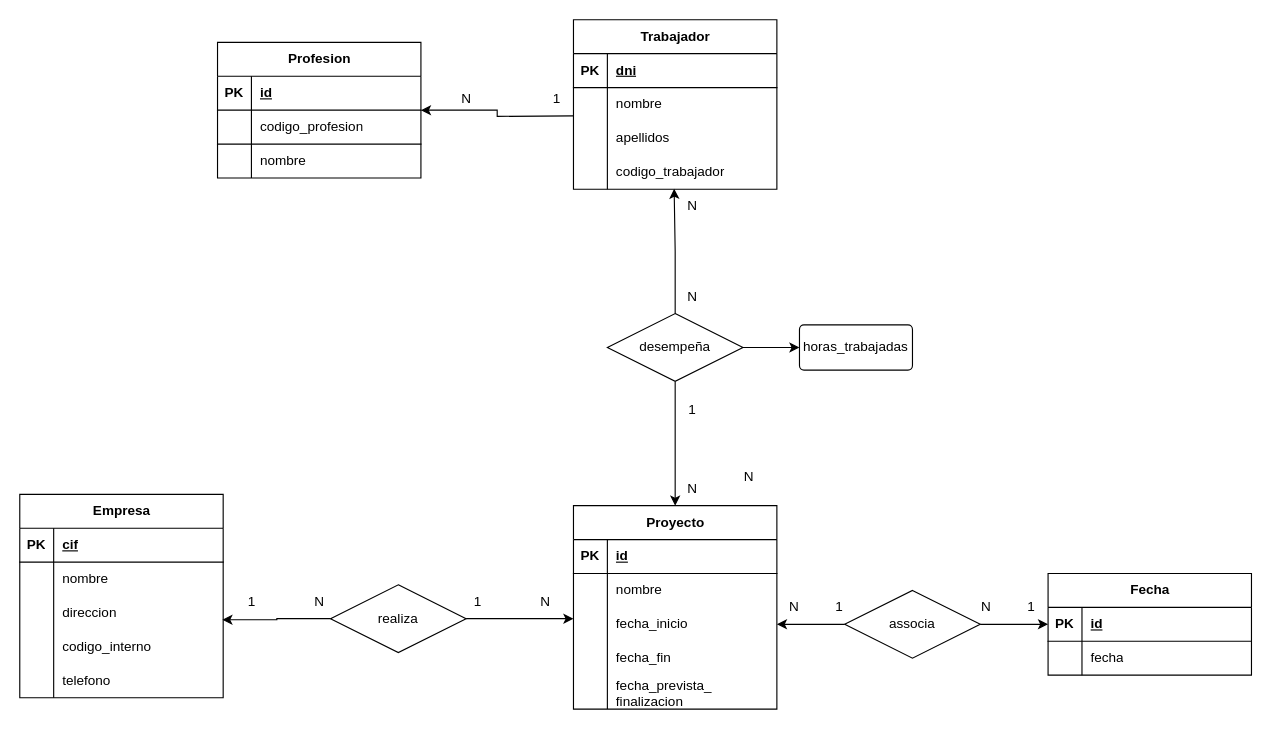
Earlier version of the draw.io diagram ej12.drawio (adriii28/amr-tsys-C3U12-11102023). Source tidied: cells renumbered, new cells numbered last; positions are measured from the earlier drawing's top-left corner, leaving out a move shared by most shapes. Both pictures are drawn from the tidied source at 113%, with x=0, y=0 at pixel (19, 19).
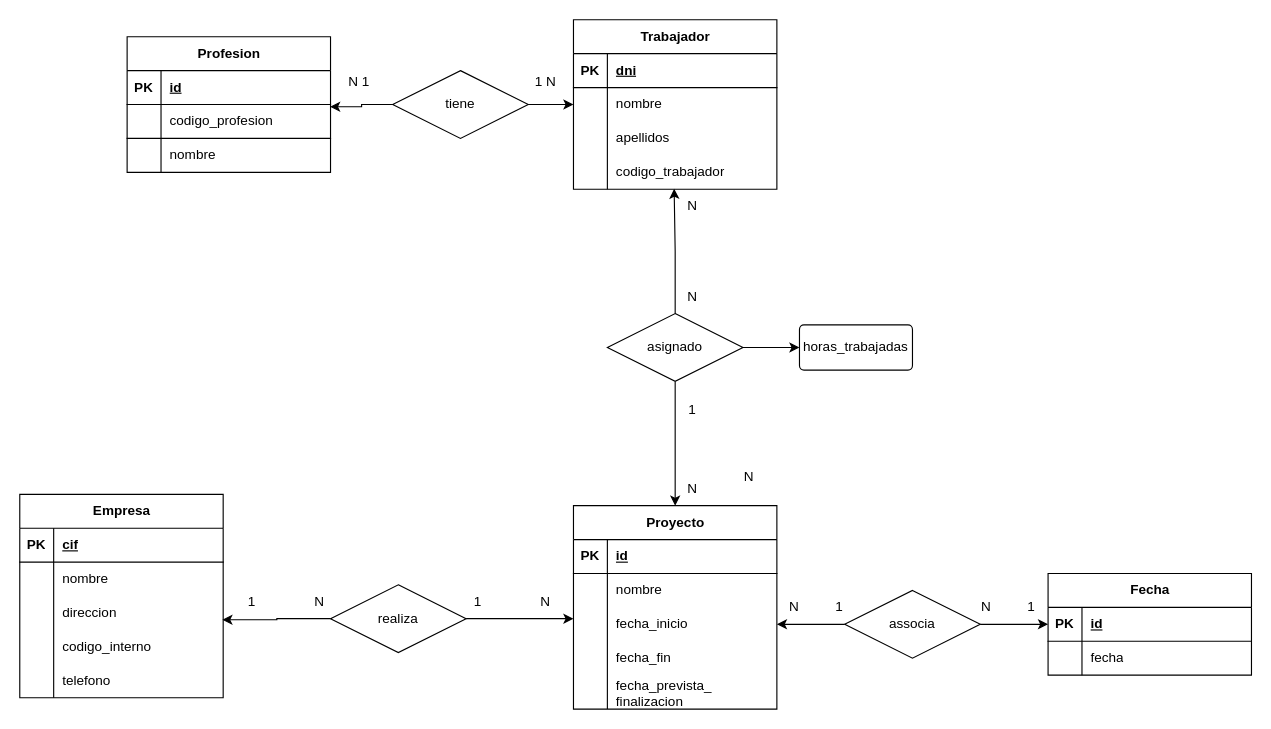
Above is the later version.

Unchanged cells that the change refers to:
```xml
<mxCell id="6" style="shape=tableRow;horizontal=0;startSize=0;swimlaneHead=0;swimlaneBody=0;fillColor=none;points=[[0,0.5],[1,0.5]];portConstraint=eastwest;top=0;left=0;right=0;bottom=0;" parent="2" vertex="1">
  <mxGeometry y="60" width="180" height="30" as="geometry" />
</mxCell>
<mxCell id="95" style="shape=tableRow;horizontal=0;startSize=0;swimlaneHead=0;swimlaneBody=0;fillColor=none;points=[[0,0.5],[1,0.5]];portConstraint=eastwest;top=0;left=0;right=0;bottom=1;" parent="94" vertex="1">
  <mxGeometry y="30" width="180" height="30" as="geometry" />
</mxCell>
```

Change to the diagram source:
```diff
@@
-    <mxCell id="53" value="desempeña" style="shape=rhombus;perimeter=rhombusPerimeter;whiteSpace=wrap;html=1;align=center;" parent="1" vertex="1">
+    <mxCell id="53" value="asignado" style="shape=rhombus;perimeter=rhombusPerimeter;whiteSpace=wrap;html=1;align=center;" parent="1" vertex="1">
       <mxGeometry x="520" y="260" width="120" height="60" as="geometry" />
     </mxCell>
@@
-    <mxCell id="93" style="edgeStyle=orthogonalEdgeStyle;rounded=0;jettySize=auto;html=1;exitX=0;exitY=0.5;exitDx=0;exitDy=0;" parent="1" edge="1" target="94">
-      <mxGeometry relative="1" as="geometry">
-        <mxPoint x="490" y="85" as="sourcePoint" />
-      </mxGeometry>
-    </mxCell>
     <mxCell id="94" value="Profesion" style="shape=table;startSize=30;childLayout=tableLayout;rowLines=0;fontStyle=1;align=center;html=1;" parent="1" vertex="1">
-      <mxGeometry x="175" y="20" width="180" height="120" as="geometry" />
+      <mxGeometry x="95" y="15" width="180" height="120" as="geometry" />
     </mxCell>
@@
-    <mxCell id="104" value="1" style="text;html=1;align=center;verticalAlign=middle;strokeColor=none;fillColor=none;" parent="1" vertex="1">
-      <mxGeometry x="460" y="55" width="30" height="30" as="geometry" />
-    </mxCell>
-    <mxCell id="105" value="N" style="text;html=1;align=center;verticalAlign=middle;strokeColor=none;fillColor=none;" parent="1" vertex="1">
-      <mxGeometry x="380" y="55" width="30" height="30" as="geometry" />
-    </mxCell>
     <mxCell id="106" value="codigo_profesion" style="shape=partialRectangle;fillColor=none;top=0;left=0;bottom=0;right=0;align=left;spacingLeft=6;fontStyle=0;overflow=hidden;whiteSpace=wrap;html=1;" parent="1" vertex="1">
-      <mxGeometry x="205" y="80" width="150" height="30" as="geometry" />
+      <mxGeometry x="125" y="75" width="150" height="30" as="geometry" />
     </mxCell>
+    <mxCell id="107" style="edgeStyle=orthogonalEdgeStyle;rounded=0;jettySize=auto;html=1;entryX=0.998;entryY=1.067;entryDx=0;entryDy=0;entryPerimeter=0;" parent="1" edge="1" source="109" target="95">
+      <mxGeometry relative="1" as="geometry" />
+    </mxCell>
+    <mxCell id="108" style="edgeStyle=orthogonalEdgeStyle;rounded=0;jettySize=auto;html=1;entryX=0;entryY=0.5;entryDx=0;entryDy=0;" parent="1" edge="1" source="109" target="6">
+      <mxGeometry relative="1" as="geometry" />
+    </mxCell>
+    <mxCell id="109" value="tiene" style="shape=rhombus;perimeter=rhombusPerimeter;whiteSpace=wrap;html=1;align=center;" parent="1" vertex="1">
+      <mxGeometry x="330" y="45" width="120" height="60" as="geometry" />
+    </mxCell>
+    <mxCell id="110" value="N 1" style="text;html=1;align=center;verticalAlign=middle;strokeColor=none;fillColor=none;" parent="1" vertex="1">
+      <mxGeometry x="280" y="40" width="40" height="30" as="geometry" />
+    </mxCell>
+    <mxCell id="111" value="1 N" style="text;html=1;align=center;verticalAlign=middle;strokeColor=none;fillColor=none;" parent="1" vertex="1">
+      <mxGeometry x="445" y="40" width="40" height="30" as="geometry" />
+    </mxCell>
```
